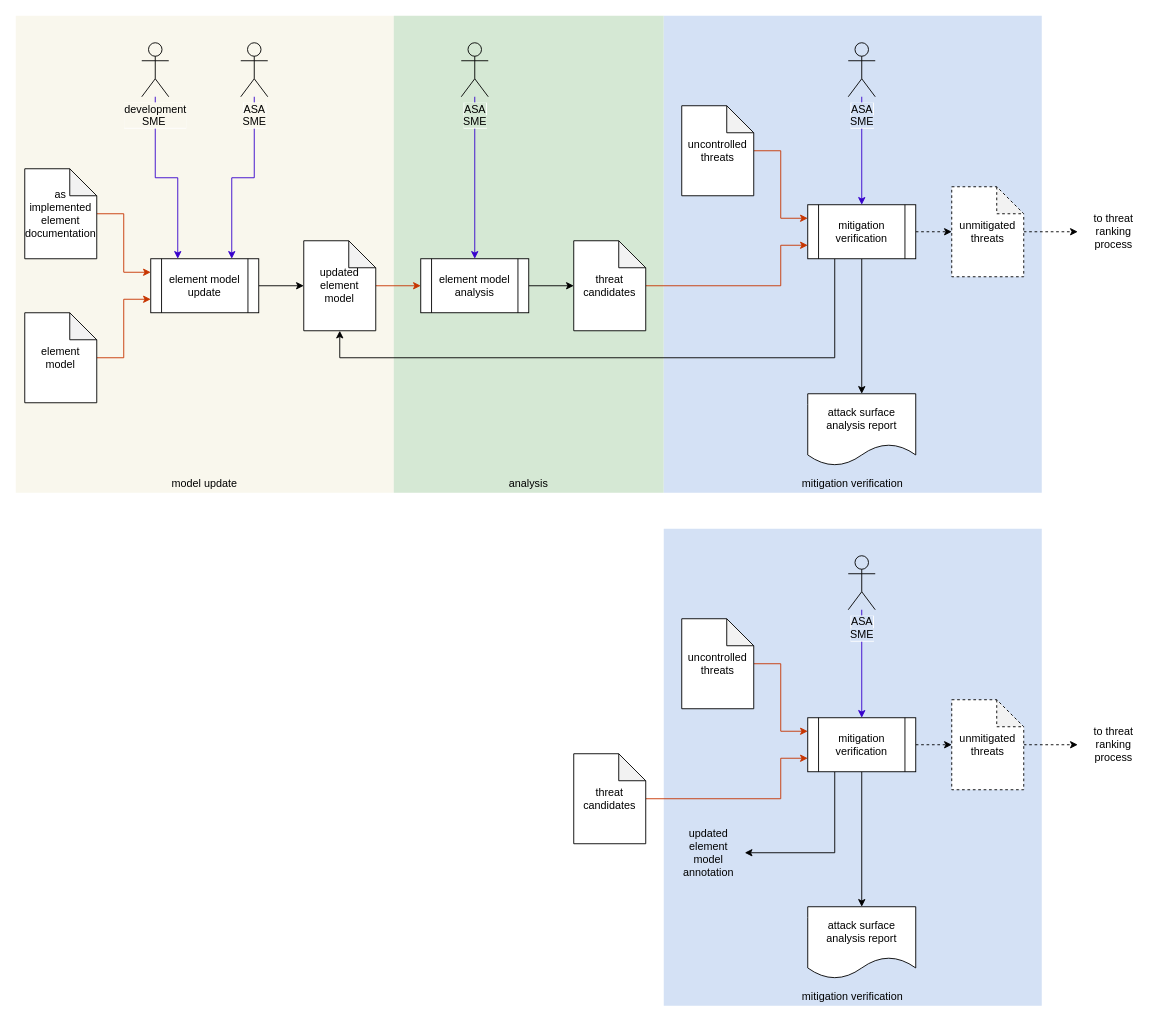
Before: source/reference_documents/secondary_documents/verification phase/Updated Attack Surface Analysis/images/source/updated attack surface analysis workflow.drawio in nutonomy/AVCDL, a draw.io diagram. Source tidied: cells renumbered, new cells numbered last; positions are measured from the earlier drawing's top-left corner, leaving out a move shared by most shapes. Both pictures are drawn from the tidied source at 90%, with x=0, y=0 at pixel (15, 15).
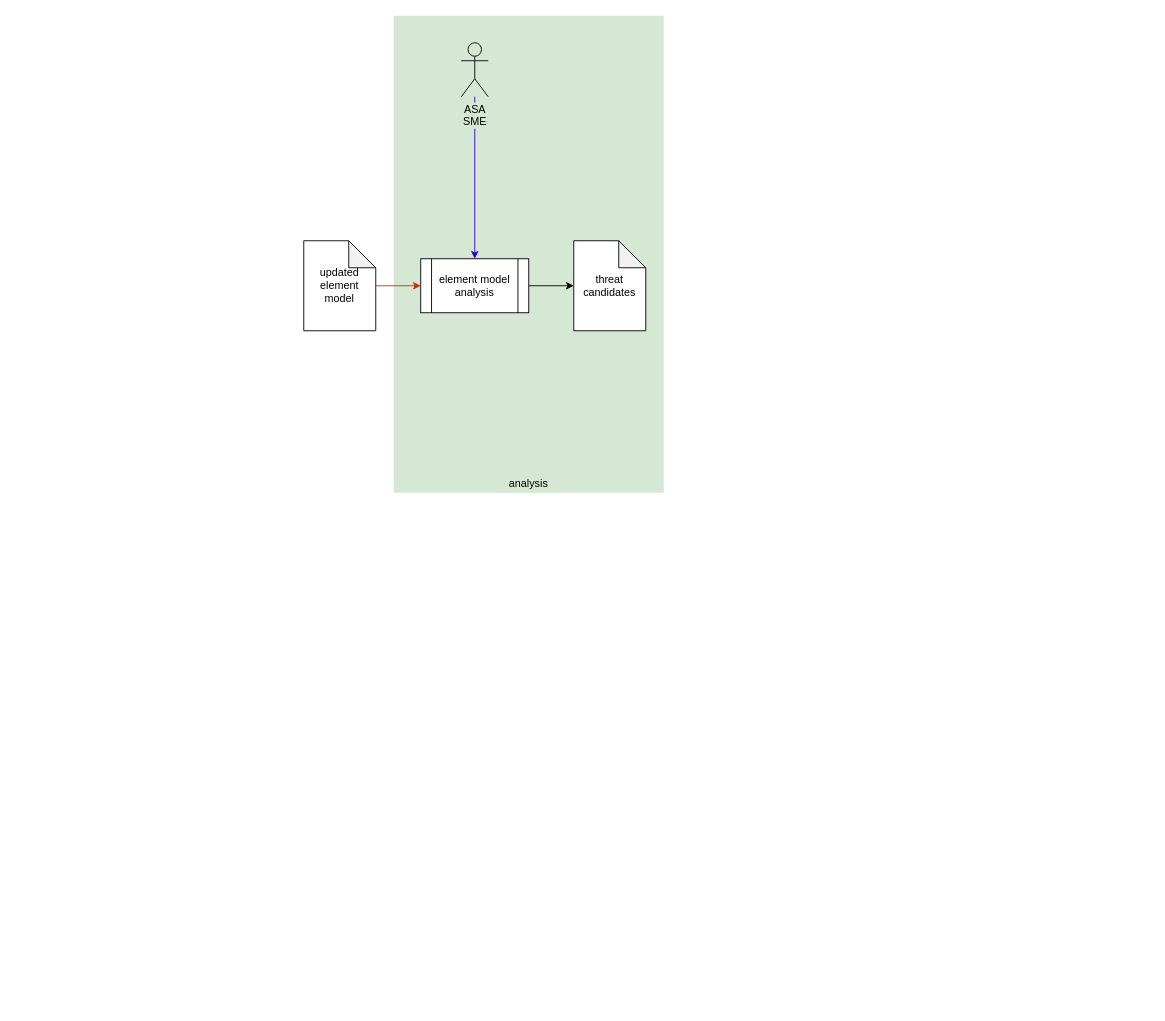
The same diagram, later.

Commit message (it also covers changes not shown here):
updated Updated Attack Surface Analysis secondary document (corrected a grammar error / corrected image text artifacting / corrected license text / generated higher resolution imagery)

The edit, as a diff of the source:
```diff
@@
-    <mxCell id="1" parent="0" />
-    <mxCell id="2" style="rounded=0;whiteSpace=wrap;html=1;fillColor=#f9f7ed;strokeColor=none;" parent="1" vertex="1">
-      <mxGeometry width="420" height="530" as="geometry" />
-    </mxCell>
+    <mxCell id="55" parent="0" />
-    <mxCell id="3" style="rounded=0;whiteSpace=wrap;html=1;strokeColor=none;fillColor=#D5E8D4;" parent="1" vertex="1">
+    <mxCell id="3" style="rounded=0;whiteSpace=wrap;html=1;strokeColor=none;fillColor=#D5E8D4;" parent="55" vertex="1">
       <mxGeometry x="420" width="300" height="530" as="geometry" />
     </mxCell>
-    <mxCell id="4" style="rounded=0;whiteSpace=wrap;html=1;strokeColor=none;fillColor=#D4E1F5;" parent="1" vertex="1">
-      <mxGeometry x="720" width="420" height="530" as="geometry" />
-    </mxCell>
-    <mxCell id="5" value="attack surface analysis report" style="shape=document;whiteSpace=wrap;html=1;boundedLbl=1;" parent="1" vertex="1">
-      <mxGeometry x="880" y="420" width="120" height="80" as="geometry" />
-    </mxCell>
-    <mxCell id="6" style="edgeStyle=orthogonalEdgeStyle;rounded=0;jettySize=auto;html=1;entryX=0;entryY=0.5;entryDx=0;entryDy=0;entryPerimeter=0;" parent="1" edge="1" source="7" target="15">
+    <mxCell id="6" style="edgeStyle=orthogonalEdgeStyle;rounded=0;jettySize=auto;html=1;entryX=0;entryY=0.5;entryDx=0;entryDy=0;entryPerimeter=0;" parent="55" edge="1" source="7" target="15">
       <mxGeometry relative="1" as="geometry" />
     </mxCell>
-    <mxCell id="7" value="element model analysis" style="shape=process;whiteSpace=wrap;html=1;backgroundOutline=1;" parent="1" vertex="1">
+    <mxCell id="7" value="element model analysis" style="shape=process;whiteSpace=wrap;html=1;backgroundOutline=1;" parent="55" vertex="1">
       <mxGeometry x="450" y="270" width="120" height="60" as="geometry" />
     </mxCell>
-    <mxCell id="8" style="edgeStyle=orthogonalEdgeStyle;rounded=0;jettySize=auto;html=1;entryX=0.75;entryY=0;entryDx=0;entryDy=0;fillColor=#6a00ff;strokeColor=#3700CC;" parent="1" edge="1" source="31" target="23">
-      <mxGeometry relative="1" as="geometry" />
-    </mxCell>
-    <mxCell id="9" style="edgeStyle=orthogonalEdgeStyle;rounded=0;jettySize=auto;html=1;entryX=0.5;entryY=0;entryDx=0;entryDy=0;fillColor=#6a00ff;strokeColor=#3700CC;" parent="1" edge="1" source="29" target="19">
-      <mxGeometry relative="1" as="geometry">
-        <Array as="points">
-          <mxPoint x="940" y="120" />
-          <mxPoint x="940" y="120" />
-        </Array>
-      </mxGeometry>
-    </mxCell>
-    <mxCell id="10" style="edgeStyle=orthogonalEdgeStyle;rounded=0;jettySize=auto;html=1;entryX=0.5;entryY=0;entryDx=0;entryDy=0;fillColor=#6a00ff;strokeColor=#3700CC;" parent="1" edge="1" source="30" target="7">
+    <mxCell id="10" style="edgeStyle=orthogonalEdgeStyle;rounded=0;jettySize=auto;html=1;entryX=0.5;entryY=0;entryDx=0;entryDy=0;fillColor=#6a00ff;strokeColor=#3700CC;" parent="55" edge="1" source="30" target="7">
       <mxGeometry relative="1" as="geometry" />
     </mxCell>
-    <mxCell id="11" style="edgeStyle=orthogonalEdgeStyle;rounded=0;jettySize=auto;html=1;entryX=0.25;entryY=0;entryDx=0;entryDy=0;fillColor=#6a00ff;strokeColor=#3700CC;" parent="1" edge="1" source="32" target="23">
-      <mxGeometry relative="1" as="geometry" />
-    </mxCell>
-    <mxCell id="12" style="edgeStyle=orthogonalEdgeStyle;rounded=0;jettySize=auto;html=1;entryX=0;entryY=0.5;entryDx=0;entryDy=0;fillColor=#fa6800;strokeColor=#C73500;" parent="1" edge="1" source="13" target="7">
-      <mxGeometry relative="1" as="geometry" />
-    </mxCell>
+    <mxCell id="15" value="threat candidates" style="shape=note;whiteSpace=wrap;html=1;backgroundOutline=1;darkOpacity=0.05;" parent="55" vertex="1">
+      <mxGeometry x="620" y="250" width="80" height="100" as="geometry" />
+    </mxCell>
+    <mxCell id="25" value="analysis" style="text;html=1;strokeColor=none;fillColor=none;align=center;verticalAlign=middle;whiteSpace=wrap;rounded=0;" parent="55" vertex="1">
+      <mxGeometry x="420" y="510" width="300" height="20" as="geometry" />
+    </mxCell>
+    <mxCell id="30" value="&lt;span style=&quot;&quot;&gt;ASA&lt;br&gt;SME&lt;/span&gt;" style="shape=umlActor;verticalLabelPosition=bottom;labelBackgroundColor=#D5E8D4;verticalAlign=top;html=1;outlineConnect=0;fillColor=#D5E8D4;" parent="55" vertex="1">
+      <mxGeometry x="495" y="30" width="30" height="60" as="geometry" />
+    </mxCell>
-    <mxCell id="13" value="updated element model" style="shape=note;whiteSpace=wrap;html=1;backgroundOutline=1;darkOpacity=0.05;" parent="1" vertex="1">
+    <mxCell id="13" value="updated element model" style="shape=note;whiteSpace=wrap;html=1;backgroundOutline=1;darkOpacity=0.05;" parent="55" vertex="1">
       <mxGeometry x="320" y="250" width="80" height="100" as="geometry" />
     </mxCell>
-    <mxCell id="14" style="edgeStyle=orthogonalEdgeStyle;rounded=0;jettySize=auto;html=1;entryX=0;entryY=0.75;entryDx=0;entryDy=0;fillColor=#fa6800;strokeColor=#C73500;" parent="1" edge="1" source="15" target="19">
-      <mxGeometry relative="1" as="geometry">
-        <Array as="points">
-          <mxPoint x="850" y="300" />
-          <mxPoint x="850" y="255" />
-        </Array>
-      </mxGeometry>
-    </mxCell>
-    <mxCell id="15" value="threat candidates" style="shape=note;whiteSpace=wrap;html=1;backgroundOutline=1;darkOpacity=0.05;" parent="1" vertex="1">
-      <mxGeometry x="620" y="250" width="80" height="100" as="geometry" />
-    </mxCell>
-    <mxCell id="16" style="edgeStyle=orthogonalEdgeStyle;rounded=0;jettySize=auto;html=1;entryX=0;entryY=0.5;entryDx=0;entryDy=0;entryPerimeter=0;dashed=1;" parent="1" edge="1" source="19" target="21">
-      <mxGeometry relative="1" as="geometry" />
-    </mxCell>
-    <mxCell id="17" style="edgeStyle=orthogonalEdgeStyle;rounded=0;jettySize=auto;html=1;entryX=0.5;entryY=0;entryDx=0;entryDy=0;exitX=0.5;exitY=1;exitDx=0;exitDy=0;" parent="1" edge="1" source="19" target="5">
-      <mxGeometry relative="1" as="geometry" />
-    </mxCell>
-    <mxCell id="18" style="edgeStyle=orthogonalEdgeStyle;rounded=0;jettySize=auto;html=1;exitX=0.25;exitY=1;exitDx=0;exitDy=0;entryX=0.5;entryY=1;entryDx=0;entryDy=0;entryPerimeter=0;strokeWidth=1;" parent="1" edge="1" source="19" target="13">
-      <mxGeometry relative="1" as="geometry">
-        <Array as="points">
-          <mxPoint x="910" y="380" />
-          <mxPoint x="360" y="380" />
-        </Array>
-      </mxGeometry>
-    </mxCell>
-    <mxCell id="19" value="mitigation verification" style="shape=process;whiteSpace=wrap;html=1;backgroundOutline=1;" parent="1" vertex="1">
-      <mxGeometry x="880" y="210" width="120" height="60" as="geometry" />
-    </mxCell>
-    <mxCell id="20" style="edgeStyle=orthogonalEdgeStyle;rounded=0;jettySize=auto;html=1;entryX=0;entryY=0.5;entryDx=0;entryDy=0;dashed=1;" parent="1" edge="1" source="21" target="37">
-      <mxGeometry relative="1" as="geometry" />
-    </mxCell>
-    <mxCell id="21" value="unmitigated threats" style="shape=note;whiteSpace=wrap;html=1;backgroundOutline=1;darkOpacity=0.05;dashed=1;" parent="1" vertex="1">
-      <mxGeometry x="1040" y="190" width="80" height="100" as="geometry" />
-    </mxCell>
-    <mxCell id="22" style="edgeStyle=orthogonalEdgeStyle;rounded=0;jettySize=auto;html=1;entryX=0;entryY=0.5;entryDx=0;entryDy=0;entryPerimeter=0;" parent="1" edge="1" source="23" target="13">
-      <mxGeometry relative="1" as="geometry" />
-    </mxCell>
-    <mxCell id="23" value="element model update" style="shape=process;whiteSpace=wrap;html=1;backgroundOutline=1;" parent="1" vertex="1">
-      <mxGeometry x="150" y="270" width="120" height="60" as="geometry" />
-    </mxCell>
-    <mxCell id="24" value="model update" style="text;html=1;strokeColor=none;fillColor=none;align=center;verticalAlign=middle;whiteSpace=wrap;rounded=0;" parent="1" vertex="1">
-      <mxGeometry y="510" width="420" height="20" as="geometry" />
-    </mxCell>
-    <mxCell id="25" value="analysis" style="text;html=1;strokeColor=none;fillColor=none;align=center;verticalAlign=middle;whiteSpace=wrap;rounded=0;" parent="1" vertex="1">
-      <mxGeometry x="420" y="510" width="300" height="20" as="geometry" />
-    </mxCell>
-    <mxCell id="26" value="mitigation verification" style="text;html=1;strokeColor=none;fillColor=none;align=center;verticalAlign=middle;whiteSpace=wrap;rounded=0;" parent="1" vertex="1">
-      <mxGeometry x="720" y="510" width="420" height="20" as="geometry" />
-    </mxCell>
-    <mxCell id="27" style="edgeStyle=orthogonalEdgeStyle;rounded=0;jettySize=auto;html=1;fillColor=#fa6800;entryX=0;entryY=0.25;entryDx=0;entryDy=0;strokeColor=#C73500;" parent="1" edge="1" source="28" target="23">
-      <mxGeometry relative="1" as="geometry" />
-    </mxCell>
-    <mxCell id="28" value="as implemented element&lt;br&gt;documentation" style="shape=note;whiteSpace=wrap;html=1;backgroundOutline=1;darkOpacity=0.05;" parent="1" vertex="1">
-      <mxGeometry x="10" y="170" width="80" height="100" as="geometry" />
-    </mxCell>
-    <mxCell id="29" value="&lt;span style=&quot;background-color: rgb(212 , 225 , 245)&quot;&gt;ASA&lt;br&gt;SME&lt;/span&gt;" style="shape=umlActor;verticalLabelPosition=bottom;labelBackgroundColor=#ffffff;verticalAlign=top;html=1;outlineConnect=0;fillColor=#D4E1F5;" parent="1" vertex="1">
-      <mxGeometry x="925" y="30" width="30" height="60" as="geometry" />
-    </mxCell>
-    <mxCell id="30" value="&lt;span style=&quot;background-color: rgb(213 , 232 , 212)&quot;&gt;ASA&lt;br&gt;SME&lt;/span&gt;" style="shape=umlActor;verticalLabelPosition=bottom;labelBackgroundColor=#ffffff;verticalAlign=top;html=1;outlineConnect=0;fillColor=#D5E8D4;" parent="1" vertex="1">
-      <mxGeometry x="495" y="30" width="30" height="60" as="geometry" />
-    </mxCell>
-    <mxCell id="31" value="&lt;span style=&quot;background-color: rgb(249 , 247 , 237)&quot;&gt;ASA&lt;br&gt;SME&lt;/span&gt;" style="shape=umlActor;verticalLabelPosition=bottom;labelBackgroundColor=#ffffff;verticalAlign=top;html=1;outlineConnect=0;fillColor=#F9F7ED;" parent="1" vertex="1">
-      <mxGeometry x="250" y="30" width="30" height="60" as="geometry" />
-    </mxCell>
-    <mxCell id="32" value="&lt;span style=&quot;background-color: rgb(249 , 247 , 237)&quot;&gt;development&lt;br&gt;&amp;nbsp; &amp;nbsp; &amp;nbsp; SME&amp;nbsp; &amp;nbsp; &amp;nbsp; &amp;nbsp;&lt;/span&gt;" style="shape=umlActor;verticalLabelPosition=bottom;labelBackgroundColor=#ffffff;verticalAlign=top;html=1;outlineConnect=0;fillColor=#F9F7ED;" parent="1" vertex="1">
-      <mxGeometry x="140" y="30" width="30" height="60" as="geometry" />
-    </mxCell>
-    <mxCell id="33" style="edgeStyle=orthogonalEdgeStyle;rounded=0;jettySize=auto;html=1;entryX=0;entryY=0.75;entryDx=0;entryDy=0;strokeColor=#C73500;" parent="1" edge="1" source="34" target="23">
-      <mxGeometry relative="1" as="geometry" />
-    </mxCell>
-    <mxCell id="34" value="element model" style="shape=note;whiteSpace=wrap;html=1;backgroundOutline=1;darkOpacity=0.05;" parent="1" vertex="1">
-      <mxGeometry x="10" y="330" width="80" height="100" as="geometry" />
-    </mxCell>
-    <mxCell id="35" style="edgeStyle=orthogonalEdgeStyle;rounded=0;jettySize=auto;html=1;entryX=0;entryY=0.25;entryDx=0;entryDy=0;strokeColor=#C73500;" parent="1" edge="1" source="36" target="19">
-      <mxGeometry relative="1" as="geometry" />
-    </mxCell>
-    <mxCell id="36" value="uncontrolled threats" style="shape=note;whiteSpace=wrap;html=1;backgroundOutline=1;darkOpacity=0.05;" parent="1" vertex="1">
-      <mxGeometry x="740" y="100" width="80" height="100" as="geometry" />
-    </mxCell>
-    <mxCell id="37" value="to threat ranking process" style="text;html=1;strokeColor=none;fillColor=none;align=center;verticalAlign=middle;whiteSpace=wrap;rounded=0;" parent="1" vertex="1">
-      <mxGeometry x="1180" y="200" width="80" height="80" as="geometry" />
-    </mxCell>
-    <mxCell id="38" style="rounded=0;whiteSpace=wrap;html=1;strokeColor=none;fillColor=#D4E1F5;" parent="1" vertex="1">
-      <mxGeometry x="720" y="570" width="420" height="530" as="geometry" />
-    </mxCell>
-    <mxCell id="39" value="attack surface analysis report" style="shape=document;whiteSpace=wrap;html=1;boundedLbl=1;" parent="1" vertex="1">
-      <mxGeometry x="880" y="990" width="120" height="80" as="geometry" />
-    </mxCell>
-    <mxCell id="40" style="edgeStyle=orthogonalEdgeStyle;rounded=0;jettySize=auto;html=1;entryX=0.5;entryY=0;entryDx=0;entryDy=0;fillColor=#6a00ff;strokeColor=#3700CC;" parent="1" edge="1" source="50" target="46">
-      <mxGeometry relative="1" as="geometry">
-        <Array as="points">
-          <mxPoint x="940" y="690" />
-          <mxPoint x="940" y="690" />
-        </Array>
-      </mxGeometry>
-    </mxCell>
-    <mxCell id="41" style="edgeStyle=orthogonalEdgeStyle;rounded=0;jettySize=auto;html=1;entryX=0;entryY=0.75;entryDx=0;entryDy=0;fillColor=#fa6800;strokeColor=#C73500;" parent="1" edge="1" source="42" target="46">
-      <mxGeometry relative="1" as="geometry">
-        <Array as="points">
-          <mxPoint x="850" y="870" />
-          <mxPoint x="850" y="825" />
-        </Array>
-      </mxGeometry>
-    </mxCell>
-    <mxCell id="42" value="threat candidates" style="shape=note;whiteSpace=wrap;html=1;backgroundOutline=1;darkOpacity=0.05;" parent="1" vertex="1">
-      <mxGeometry x="620" y="820" width="80" height="100" as="geometry" />
-    </mxCell>
-    <mxCell id="43" style="edgeStyle=orthogonalEdgeStyle;rounded=0;jettySize=auto;html=1;entryX=0;entryY=0.5;entryDx=0;entryDy=0;entryPerimeter=0;dashed=1;" parent="1" edge="1" source="46" target="48">
-      <mxGeometry relative="1" as="geometry" />
-    </mxCell>
-    <mxCell id="44" style="edgeStyle=orthogonalEdgeStyle;rounded=0;jettySize=auto;html=1;entryX=0.5;entryY=0;entryDx=0;entryDy=0;exitX=0.5;exitY=1;exitDx=0;exitDy=0;" parent="1" edge="1" source="46" target="39">
-      <mxGeometry relative="1" as="geometry" />
-    </mxCell>
-    <mxCell id="45" style="edgeStyle=orthogonalEdgeStyle;rounded=0;jettySize=auto;html=1;exitX=0.25;exitY=1;exitDx=0;exitDy=0;entryX=1;entryY=0.5;entryDx=0;entryDy=0;strokeWidth=1;" parent="1" edge="1" source="46" target="54">
-      <mxGeometry relative="1" as="geometry">
-        <Array as="points">
-          <mxPoint x="910" y="930" />
-        </Array>
-      </mxGeometry>
-    </mxCell>
-    <mxCell id="46" value="mitigation verification" style="shape=process;whiteSpace=wrap;html=1;backgroundOutline=1;" parent="1" vertex="1">
-      <mxGeometry x="880" y="780" width="120" height="60" as="geometry" />
-    </mxCell>
-    <mxCell id="47" style="edgeStyle=orthogonalEdgeStyle;rounded=0;jettySize=auto;html=1;entryX=0;entryY=0.5;entryDx=0;entryDy=0;dashed=1;" parent="1" edge="1" source="48" target="53">
-      <mxGeometry relative="1" as="geometry" />
-    </mxCell>
-    <mxCell id="48" value="unmitigated threats" style="shape=note;whiteSpace=wrap;html=1;backgroundOutline=1;darkOpacity=0.05;dashed=1;" parent="1" vertex="1">
-      <mxGeometry x="1040" y="760" width="80" height="100" as="geometry" />
-    </mxCell>
-    <mxCell id="49" value="mitigation verification" style="text;html=1;strokeColor=none;fillColor=none;align=center;verticalAlign=middle;whiteSpace=wrap;rounded=0;" parent="1" vertex="1">
-      <mxGeometry x="720" y="1080" width="420" height="20" as="geometry" />
-    </mxCell>
-    <mxCell id="50" value="&lt;span style=&quot;background-color: rgb(212 , 225 , 245)&quot;&gt;ASA&lt;br&gt;SME&lt;/span&gt;" style="shape=umlActor;verticalLabelPosition=bottom;labelBackgroundColor=#ffffff;verticalAlign=top;html=1;outlineConnect=0;fillColor=#D4E1F5;" parent="1" vertex="1">
-      <mxGeometry x="925" y="600" width="30" height="60" as="geometry" />
-    </mxCell>
-    <mxCell id="51" style="edgeStyle=orthogonalEdgeStyle;rounded=0;jettySize=auto;html=1;entryX=0;entryY=0.25;entryDx=0;entryDy=0;strokeColor=#C73500;" parent="1" edge="1" source="52" target="46">
-      <mxGeometry relative="1" as="geometry" />
-    </mxCell>
-    <mxCell id="52" value="uncontrolled threats" style="shape=note;whiteSpace=wrap;html=1;backgroundOutline=1;darkOpacity=0.05;" parent="1" vertex="1">
-      <mxGeometry x="740" y="670" width="80" height="100" as="geometry" />
-    </mxCell>
-    <mxCell id="53" value="to threat ranking process" style="text;html=1;strokeColor=none;fillColor=none;align=center;verticalAlign=middle;whiteSpace=wrap;rounded=0;" parent="1" vertex="1">
-      <mxGeometry x="1180" y="770" width="80" height="80" as="geometry" />
-    </mxCell>
-    <mxCell id="54" value="updated&lt;br&gt;element model annotation" style="text;html=1;strokeColor=none;fillColor=none;align=center;verticalAlign=middle;whiteSpace=wrap;rounded=0;" parent="1" vertex="1">
-      <mxGeometry x="730" y="890" width="80" height="80" as="geometry" />
-    </mxCell>
+    <mxCell id="56" style="edgeStyle=orthogonalEdgeStyle;rounded=0;jettySize=auto;html=1;entryX=0;entryY=0.5;entryDx=0;entryDy=0;fillColor=#fa6800;strokeColor=#C73500;" parent="55" edge="1" source="13">
+      <mxGeometry relative="1" as="geometry">
+        <mxPoint x="450" y="300" as="targetPoint" />
+      </mxGeometry>
+    </mxCell>
```
